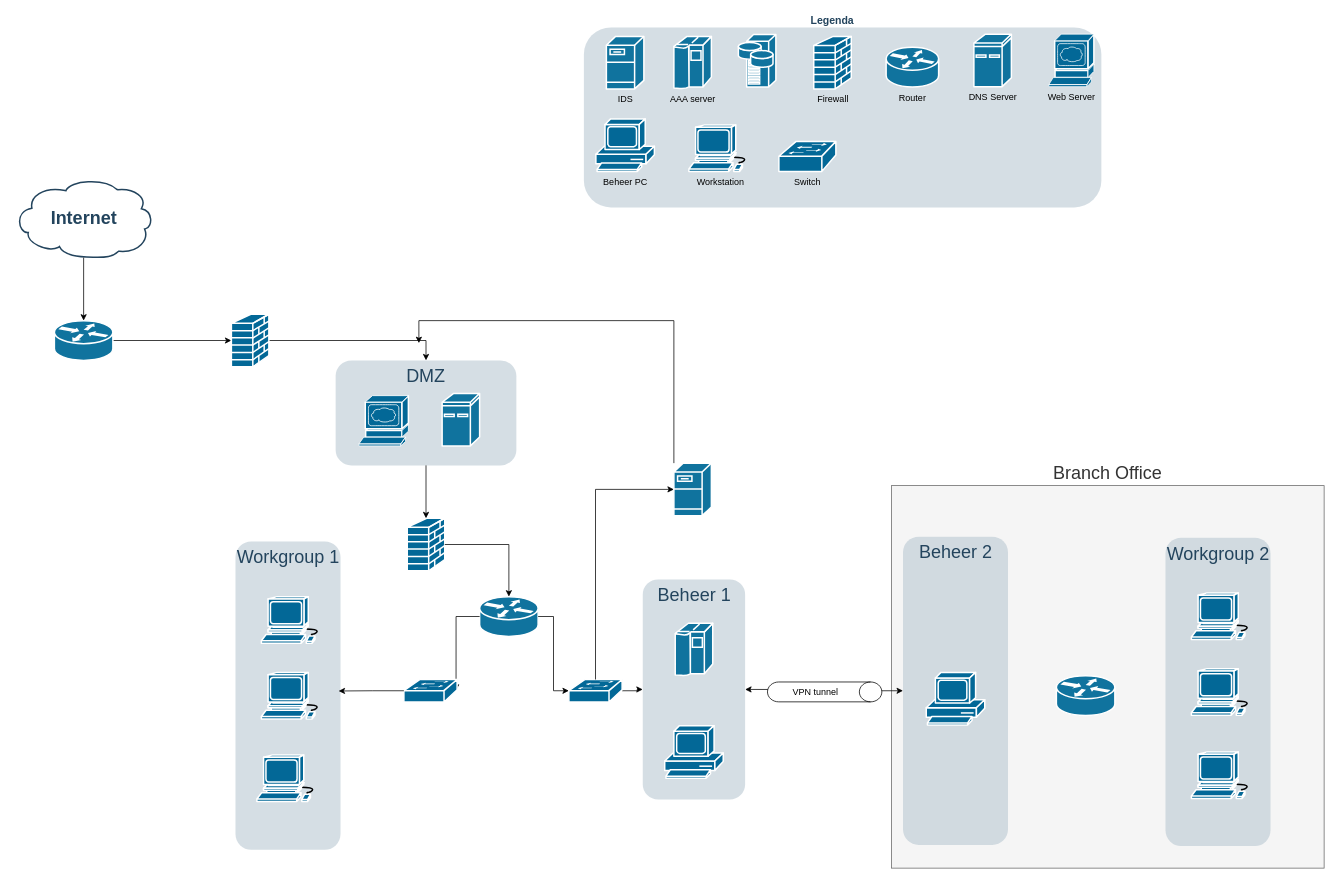
Earlier version of the draw.io diagram Diagram zonder titel.drawio (Dek-T1995/Draw.io-network-code-diagrams). Source tidied: cells renumbered, new cells numbered last; positions are measured from the earlier drawing's top-left corner, leaving out a move shared by most shapes. Both pictures are drawn from the tidied source at 75%, with x=0, y=0 at pixel (14, 13).
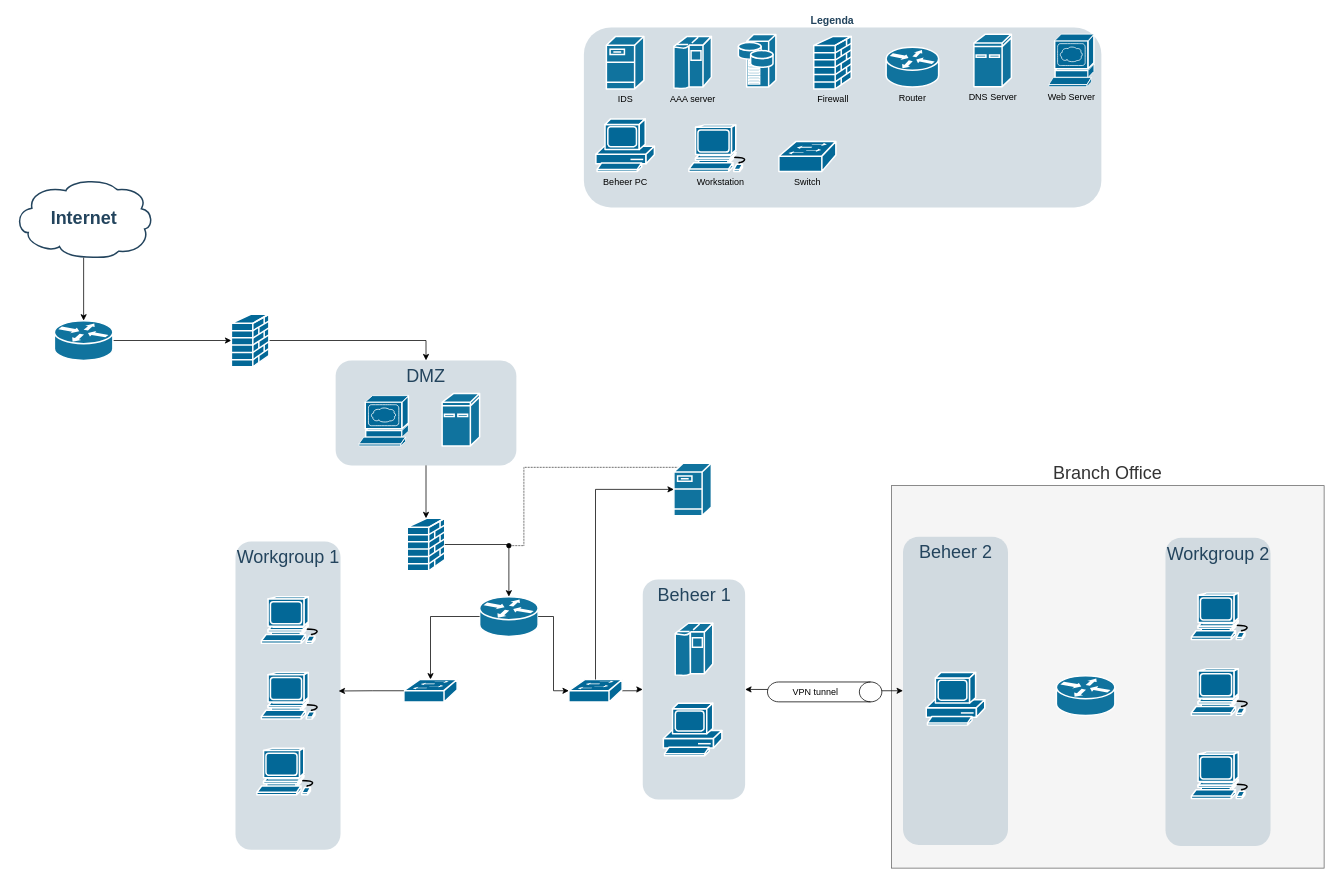
Above is the later version.

The change refers to these unchanged cells:
```xml
<mxCell id="14" style="shape=mxgraph.cisco.routers.router;html=1;dashed=0;fillColor=#10739E;strokeColor=#ffffff;strokeWidth=2;verticalLabelPosition=bottom;verticalAlign=top;fontFamily=Helvetica;fontSize=36;fontColor=#FFB366;" parent="1" vertex="1">
  <mxGeometry x="621" y="778" width="78" height="53" as="geometry" />
</mxCell>
<mxCell id="34" style="shape=mxgraph.cisco.servers.fileserver;html=1;dashed=0;fillColor=#10739E;strokeColor=#ffffff;strokeWidth=2;verticalLabelPosition=bottom;verticalAlign=top;fontFamily=Helvetica;fontSize=12;fontColor=#000000;labelBorderColor=none;" parent="1" vertex="1">
  <mxGeometry x="880" y="600" width="50" height="70" as="geometry" />
</mxCell>
<mxCell id="46" style="shape=mxgraph.cisco.switches.workgroup_switch;sketch=0;html=1;dashed=0;fillColor=#036897;strokeColor=#ffffff;strokeWidth=2;verticalLabelPosition=bottom;verticalAlign=top;align=center;outlineConnect=0;" parent="1" vertex="1">
  <mxGeometry x="520" y="888.5" width="71" height="30" as="geometry" />
</mxCell>
```

Change to the diagram source:
```diff
@@
     <mxCell id="29" style="shape=mxgraph.cisco.computers_and_peripherals.pc;sketch=0;html=1;dashed=0;fillColor=#036897;strokeColor=#ffffff;strokeWidth=2;verticalLabelPosition=bottom;verticalAlign=top;align=center;" parent="1" vertex="1">
-      <mxGeometry x="867.8" y="950" width="78" height="70" as="geometry" />
+      <mxGeometry x="866" y="920" width="78" height="70" as="geometry" />
     </mxCell>
@@
     <mxCell id="32" style="shape=mxgraph.cisco.computers_and_peripherals.workstation;sketch=0;html=1;dashed=0;fillColor=#036897;strokeColor=#ffffff;strokeWidth=2;verticalLabelPosition=bottom;verticalAlign=top;align=center;" parent="1" vertex="1">
-      <mxGeometry x="324" y="989" width="83" height="62" as="geometry" />
+      <mxGeometry x="324" y="980" width="83" height="62" as="geometry" />
     </mxCell>
-    <mxCell id="33" style="edgeStyle=orthogonalEdgeStyle;rounded=0;jettySize=auto;html=1;" parent="1" edge="1" source="34">
+    <mxCell id="33" style="edgeStyle=orthogonalEdgeStyle;rounded=0;jettySize=auto;html=1;endArrow=oval;endFill=1;dashed=1;dashPattern=1 1;exitX=0.13;exitY=0.08;exitDx=0;exitDy=0;exitPerimeter=0;" parent="1" edge="1" source="34">
       <mxGeometry relative="1" as="geometry">
-        <mxPoint x="540" y="440" as="targetPoint" />
+        <mxPoint x="660" y="710" as="targetPoint" />
         <Array as="points">
-          <mxPoint x="880" y="410" />
+          <mxPoint x="680" y="606" />
         </Array>
       </mxGeometry>
     </mxCell>
@@
-    <mxCell id="45" style="edgeStyle=orthogonalEdgeStyle;rounded=0;jettySize=auto;html=1;entryX=0.98;entryY=0.5;entryDx=0;entryDy=0;entryPerimeter=0;" parent="1" edge="1" source="14" target="46">
+    <mxCell id="45" style="edgeStyle=orthogonalEdgeStyle;rounded=0;jettySize=auto;html=1;" parent="1" edge="1" source="14" target="46">
       <mxGeometry relative="1" as="geometry" />
     </mxCell>
```
